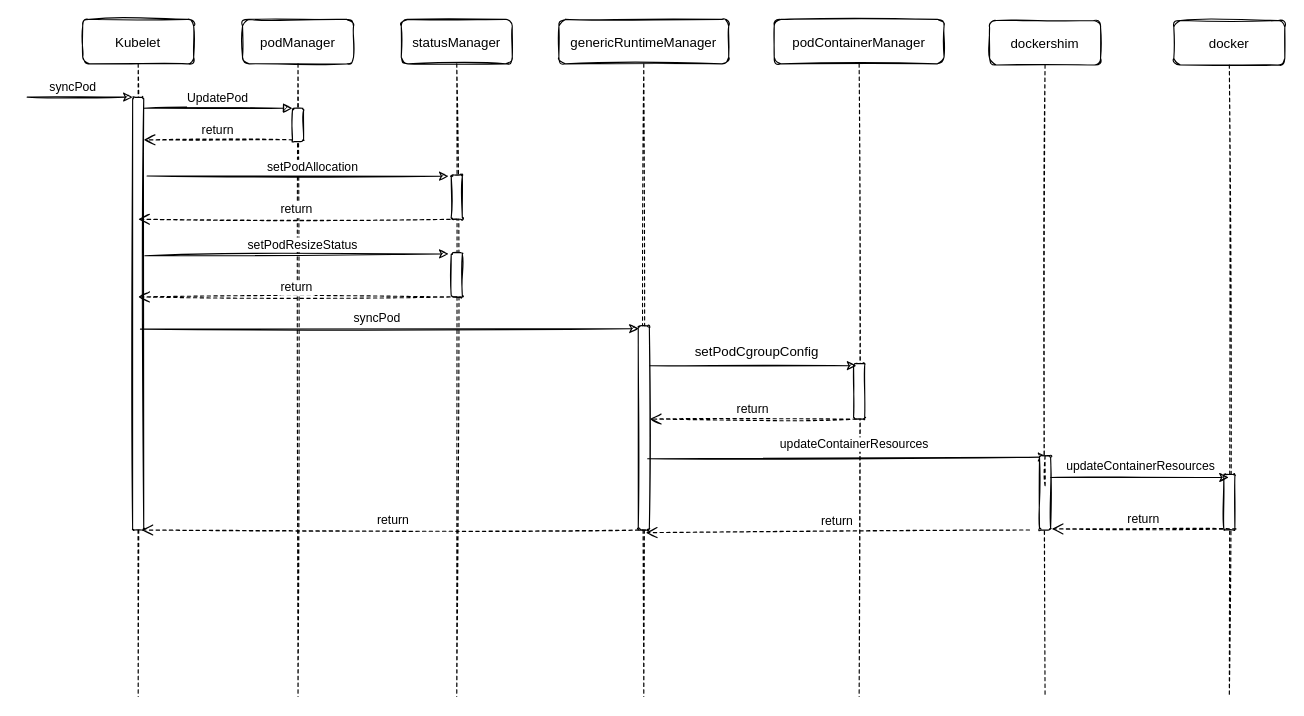
ichbinblau/OTC_Work_Log keeps this draw.io diagram as worklog/Untitled Diagram.drawio. Above is the earlier version. Source tidied: cells renumbered, new cells numbered last; positions are measured from the earlier drawing's top-left corner, leaving out a move shared by most shapes. Both pictures are drawn from the tidied source at 111%, with x=0, y=0 at pixel (27, 19).
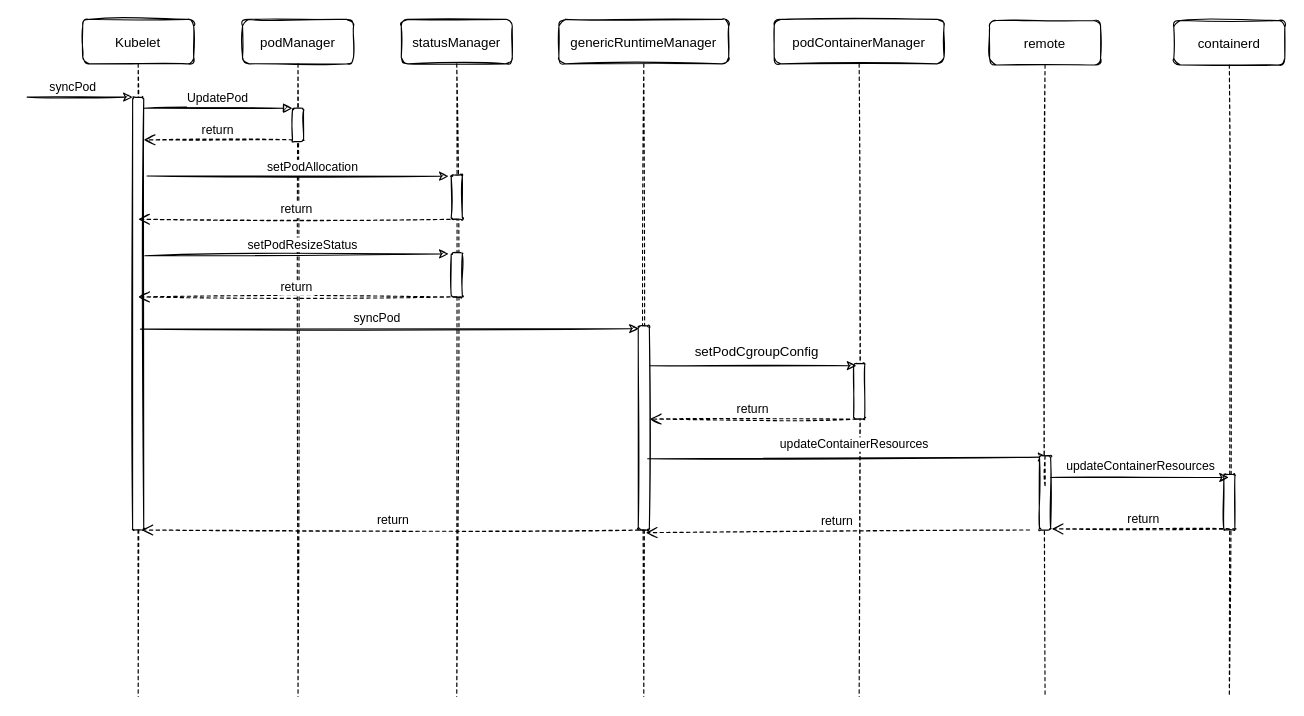
After the change.

What changed in the source:
```diff
@@
-    <mxCell id="28" value="dockershim" style="shape=umlLifeline;perimeter=lifelinePerimeter;shadow=0;strokeWidth=1;rounded=1;sketch=1;" parent="1" vertex="1">
+    <mxCell id="28" value="remote" style="shape=umlLifeline;perimeter=lifelinePerimeter;shadow=0;strokeWidth=1;rounded=1;sketch=1;" parent="1" vertex="1">
       <mxGeometry x="867" y="1" width="100" height="609" as="geometry" />
     </mxCell>
@@
-    <mxCell id="34" value="docker" style="shape=umlLifeline;perimeter=lifelinePerimeter;shadow=0;strokeWidth=1;rounded=1;sketch=1;" parent="1" vertex="1">
+    <mxCell id="34" value="containerd" style="shape=umlLifeline;perimeter=lifelinePerimeter;shadow=0;strokeWidth=1;rounded=1;sketch=1;" parent="1" vertex="1">
       <mxGeometry x="1033" y="1" width="100" height="609" as="geometry" />
     </mxCell>
```
